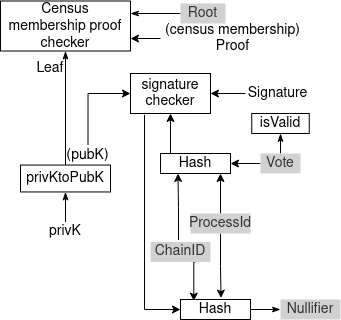
This is other/anon-vote-constraints.png from aragonzkresearch/anon-voting-demo, a draw.io export, as it was before one commit. Source tidied: cells renumbered, new cells last; positions are measured from the earlier drawing's top-left corner, leaving out a move shared by most shapes. Source of this version:
```xml
<mxGraphModel>
  <root>
    <mxCell id="0" />
    <mxCell id="1" parent="0" />
    <mxCell id="2" style="edgeStyle=none;rounded=0;jettySize=auto;html=1;fontSize=14;endArrow=classicThin;endFill=1;strokeWidth=1;" parent="1" edge="1" source="3" target="9">
      <mxGeometry relative="1" as="geometry" />
    </mxCell>
    <mxCell id="3" value="Hash" style="rounded=0;whiteSpace=wrap;html=1;fontSize=14;" parent="1" vertex="1">
      <mxGeometry x="180" y="298" width="70" height="20" as="geometry" />
    </mxCell>
    <mxCell id="4" style="edgeStyle=none;rounded=0;jettySize=auto;html=1;entryX=0.5;entryY=1;entryDx=0;entryDy=0;fontSize=14;endArrow=classicThin;endFill=1;strokeWidth=1;" parent="1" edge="1" source="5" target="12">
      <mxGeometry relative="1" as="geometry" />
    </mxCell>
    <mxCell id="5" value="privK" style="text;html=1;strokeColor=none;fillColor=none;align=center;verticalAlign=middle;whiteSpace=wrap;rounded=0;fontSize=14;" parent="1" vertex="1">
      <mxGeometry x="35" y="220.4" width="60" height="20" as="geometry" />
    </mxCell>
    <mxCell id="6" style="edgeStyle=orthogonalEdgeStyle;rounded=0;jettySize=auto;html=1;entryX=0.579;entryY=-0.072;entryDx=0;entryDy=0;entryPerimeter=0;" parent="1" edge="1" source="8" target="3">
      <mxGeometry relative="1" as="geometry" />
    </mxCell>
    <mxCell id="7" style="edgeStyle=orthogonalEdgeStyle;rounded=0;jettySize=auto;html=1;" parent="1" edge="1" source="8">
      <mxGeometry relative="1" as="geometry">
        <mxPoint x="220" y="172" as="targetPoint" />
      </mxGeometry>
    </mxCell>
    <mxCell id="8" value="ProcessId" style="text;html=1;strokeColor=none;fillColor=#D1D1D1;align=center;verticalAlign=middle;whiteSpace=wrap;rounded=0;fontSize=14;fontColor=#333333;" parent="1" vertex="1">
      <mxGeometry x="190" y="212" width="60" height="20" as="geometry" />
    </mxCell>
    <mxCell id="9" value="Nullifier" style="text;html=1;strokeColor=none;fillColor=#D1D1D1;align=center;verticalAlign=middle;whiteSpace=wrap;rounded=0;fontSize=14;fontColor=#333333;" parent="1" vertex="1">
      <mxGeometry x="280" y="298" width="60" height="20" as="geometry" />
    </mxCell>
    <mxCell id="10" value="Census membership proof checker" style="rounded=0;whiteSpace=wrap;html=1;fontSize=14;" parent="1" vertex="1">
      <mxGeometry y="-0.5" width="130" height="50" as="geometry" />
    </mxCell>
    <mxCell id="11" style="edgeStyle=none;rounded=0;jettySize=auto;html=1;fontSize=14;endArrow=classicThin;endFill=1;strokeWidth=1;" parent="1" edge="1" source="12" target="10">
      <mxGeometry relative="1" as="geometry" />
    </mxCell>
    <mxCell id="12" value="privKtoPubK" style="rounded=0;whiteSpace=wrap;html=1;fontSize=14;" parent="1" vertex="1">
      <mxGeometry x="20" y="163.5" width="90" height="26.9" as="geometry" />
    </mxCell>
    <mxCell id="13" style="edgeStyle=orthogonalEdgeStyle;rounded=0;jettySize=auto;html=1;entryX=0;entryY=0.5;entryDx=0;entryDy=0;exitX=0.175;exitY=1.035;exitDx=0;exitDy=0;exitPerimeter=0;" parent="1" edge="1" source="28" target="3">
      <mxGeometry relative="1" as="geometry" />
    </mxCell>
    <mxCell id="14" style="edgeStyle=orthogonalEdgeStyle;rounded=0;jettySize=auto;html=1;entryX=0;entryY=0.5;entryDx=0;entryDy=0;exitX=0.5;exitY=0;exitDx=0;exitDy=0;" parent="1" edge="1" source="15" target="28">
      <mxGeometry relative="1" as="geometry" />
    </mxCell>
    <mxCell id="15" value="(pubK)" style="text;html=1;strokeColor=none;fillColor=none;align=center;verticalAlign=middle;whiteSpace=wrap;rounded=0;fontSize=14;" parent="1" vertex="1">
      <mxGeometry x="65" y="143.5" width="45" height="20" as="geometry" />
    </mxCell>
    <mxCell id="16" value="Leaf" style="text;html=1;strokeColor=none;fillColor=none;align=center;verticalAlign=middle;whiteSpace=wrap;rounded=0;fontSize=14;" parent="1" vertex="1">
      <mxGeometry x="20" y="52" width="60" height="30" as="geometry" />
    </mxCell>
    <mxCell id="17" style="edgeStyle=orthogonalEdgeStyle;rounded=0;jettySize=auto;html=1;entryX=1;entryY=0.75;entryDx=0;entryDy=0;" parent="1" edge="1" source="18" target="10">
      <mxGeometry relative="1" as="geometry" />
    </mxCell>
    <mxCell id="18" value="(census membership) Proof" style="text;html=1;strokeColor=none;fillColor=none;align=center;verticalAlign=middle;whiteSpace=wrap;rounded=0;fontSize=14;" parent="1" vertex="1">
      <mxGeometry x="160" y="24.5" width="145" height="25" as="geometry" />
    </mxCell>
    <mxCell id="19" style="edgeStyle=none;rounded=0;jettySize=auto;html=1;entryX=1;entryY=0.25;entryDx=0;entryDy=0;fontSize=14;endArrow=classicThin;endFill=1;strokeWidth=1;" parent="1" edge="1" source="20" target="10">
      <mxGeometry relative="1" as="geometry" />
    </mxCell>
    <mxCell id="20" value="Root" style="text;html=1;strokeColor=none;fillColor=#D1D1D1;align=center;verticalAlign=middle;whiteSpace=wrap;rounded=0;fontSize=14;fontColor=#333333;" parent="1" vertex="1">
      <mxGeometry x="180" y="2" width="45" height="20" as="geometry" />
    </mxCell>
    <mxCell id="21" style="edgeStyle=none;rounded=0;jettySize=auto;html=1;fontSize=14;endArrow=classicThin;endFill=1;strokeWidth=1;" parent="1" edge="1" source="23" target="24">
      <mxGeometry relative="1" as="geometry" />
    </mxCell>
    <mxCell id="22" style="edgeStyle=orthogonalEdgeStyle;rounded=0;jettySize=auto;html=1;entryX=1;entryY=0.5;entryDx=0;entryDy=0;" parent="1" edge="1" source="23" target="30">
      <mxGeometry relative="1" as="geometry" />
    </mxCell>
    <mxCell id="23" value="Vote" style="text;html=1;strokeColor=none;fillColor=#D1D1D1;align=center;verticalAlign=middle;whiteSpace=wrap;rounded=0;fontSize=14;fontColor=#333333;" parent="1" vertex="1">
      <mxGeometry x="260" y="152" width="40" height="20" as="geometry" />
    </mxCell>
    <mxCell id="24" value="isValid" style="rounded=0;whiteSpace=wrap;html=1;fontSize=14;" parent="1" vertex="1">
      <mxGeometry x="251.2" y="112" width="57.5" height="20" as="geometry" />
    </mxCell>
    <mxCell id="25" style="edgeStyle=orthogonalEdgeStyle;rounded=0;jettySize=auto;html=1;entryX=0.19;entryY=0.081;entryDx=0;entryDy=0;entryPerimeter=0;exitX=0.75;exitY=1;exitDx=0;exitDy=0;" parent="1" edge="1" source="27" target="3">
      <mxGeometry relative="1" as="geometry" />
    </mxCell>
    <mxCell id="26" style="edgeStyle=orthogonalEdgeStyle;rounded=0;jettySize=auto;html=1;entryX=0.25;entryY=1;entryDx=0;entryDy=0;exitX=0.467;exitY=-0.098;exitDx=0;exitDy=0;exitPerimeter=0;" parent="1" edge="1" source="27" target="30">
      <mxGeometry relative="1" as="geometry" />
    </mxCell>
    <mxCell id="27" value="ChainID" style="text;html=1;strokeColor=none;fillColor=#D1D1D1;align=center;verticalAlign=middle;whiteSpace=wrap;rounded=0;fontSize=14;fontColor=#333333;" parent="1" vertex="1">
      <mxGeometry x="150" y="240.4" width="60" height="20" as="geometry" />
    </mxCell>
    <mxCell id="28" value="signature checker" style="rounded=0;whiteSpace=wrap;html=1;fontSize=14;" parent="1" vertex="1">
      <mxGeometry x="130" y="72" width="80" height="40" as="geometry" />
    </mxCell>
    <mxCell id="29" style="edgeStyle=orthogonalEdgeStyle;rounded=0;jettySize=auto;html=1;entryX=0.5;entryY=1;entryDx=0;entryDy=0;exitX=0.143;exitY=0.05;exitDx=0;exitDy=0;exitPerimeter=0;" parent="1" edge="1" source="30" target="28">
      <mxGeometry relative="1" as="geometry" />
    </mxCell>
    <mxCell id="30" value="Hash" style="rounded=0;whiteSpace=wrap;html=1;fontSize=14;" parent="1" vertex="1">
      <mxGeometry x="160" y="152" width="70" height="20" as="geometry" />
    </mxCell>
    <mxCell id="31" style="edgeStyle=orthogonalEdgeStyle;rounded=0;jettySize=auto;html=1;entryX=1;entryY=0.5;entryDx=0;entryDy=0;" parent="1" edge="1" source="32" target="28">
      <mxGeometry relative="1" as="geometry" />
    </mxCell>
    <mxCell id="32" value="Signature" style="text;html=1;align=center;verticalAlign=middle;whiteSpace=wrap;rounded=0;fontSize=14;" parent="1" vertex="1">
      <mxGeometry x="245" y="82" width="65" height="20" as="geometry" />
    </mxCell>
  </root>
</mxGraphModel>
```
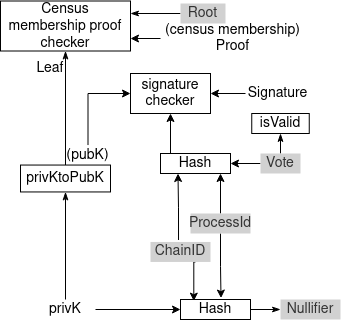
After the commit.

Diff of the diagram source:
```diff
@@ -12,7 +12,7 @@
       <mxGeometry relative="1" as="geometry" />
     </mxCell>
     <mxCell id="5" value="privK" style="text;html=1;strokeColor=none;fillColor=none;align=center;verticalAlign=middle;whiteSpace=wrap;rounded=0;fontSize=14;" parent="1" vertex="1">
-      <mxGeometry x="35" y="220.4" width="60" height="20" as="geometry" />
+      <mxGeometry x="35" y="298" width="60" height="20" as="geometry" />
     </mxCell>
     <mxCell id="6" style="edgeStyle=orthogonalEdgeStyle;rounded=0;jettySize=auto;html=1;entryX=0.579;entryY=-0.072;entryDx=0;entryDy=0;entryPerimeter=0;" parent="1" edge="1" source="8" target="3">
       <mxGeometry relative="1" as="geometry" />
@@ -37,7 +37,7 @@
     <mxCell id="12" value="privKtoPubK" style="rounded=0;whiteSpace=wrap;html=1;fontSize=14;" parent="1" vertex="1">
       <mxGeometry x="20" y="163.5" width="90" height="26.9" as="geometry" />
     </mxCell>
-    <mxCell id="13" style="edgeStyle=orthogonalEdgeStyle;rounded=0;jettySize=auto;html=1;entryX=0;entryY=0.5;entryDx=0;entryDy=0;exitX=0.175;exitY=1.035;exitDx=0;exitDy=0;exitPerimeter=0;" parent="1" edge="1" source="28" target="3">
+    <mxCell id="13" style="edgeStyle=orthogonalEdgeStyle;rounded=0;jettySize=auto;html=1;entryX=0;entryY=0.5;entryDx=0;entryDy=0;exitX=1;exitY=0.5;exitDx=0;exitDy=0;" parent="1" edge="1" source="5" target="3">
       <mxGeometry relative="1" as="geometry" />
     </mxCell>
     <mxCell id="14" style="edgeStyle=orthogonalEdgeStyle;rounded=0;jettySize=auto;html=1;entryX=0;entryY=0.5;entryDx=0;entryDy=0;exitX=0.5;exitY=0;exitDx=0;exitDy=0;" parent="1" edge="1" source="15" target="28">
```
